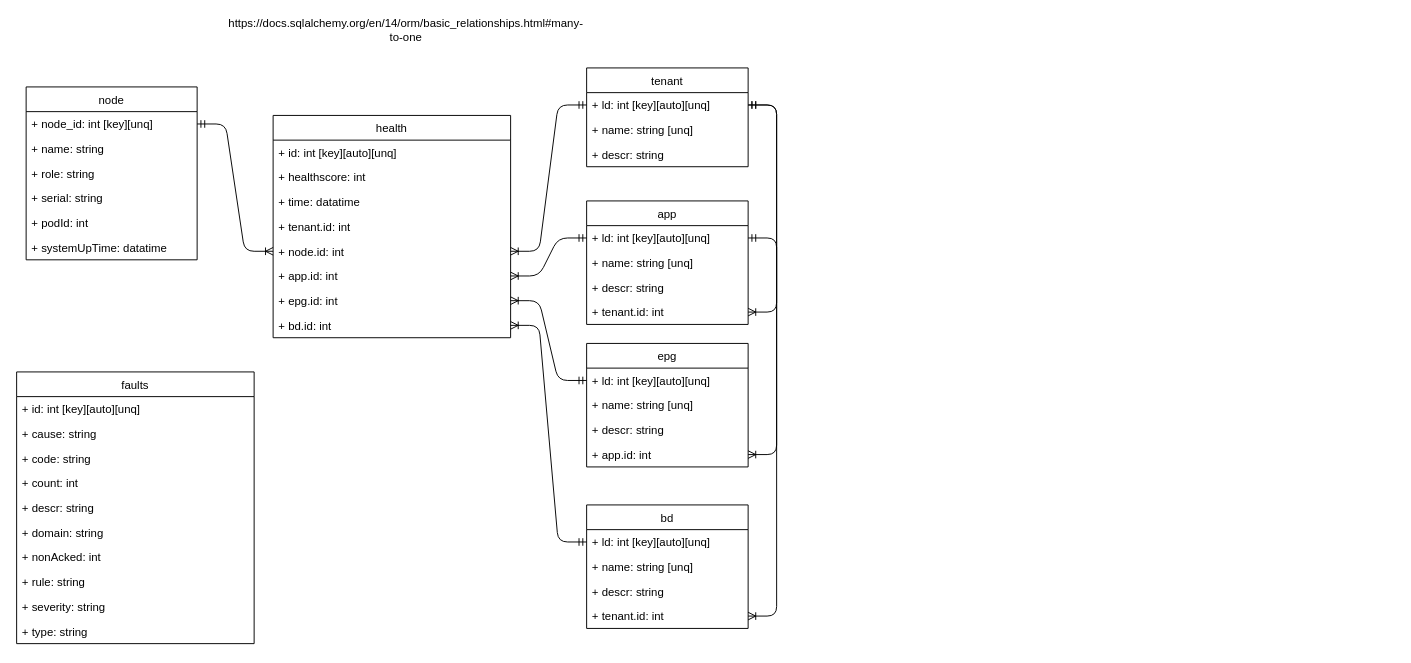
Before: page "Page-1" (1 of 2) of database/aci_db_model.drawio in slakas/ACI_Health_with_DB_storage_and_custom_API, a draw.io diagram. Source tidied: cells renumbered, new cells numbered last; positions are measured from the earlier drawing's top-left corner, leaving out a move shared by most shapes. Both pictures are drawn from the tidied source at 95%, with x=0, y=0 at pixel (16, 20).
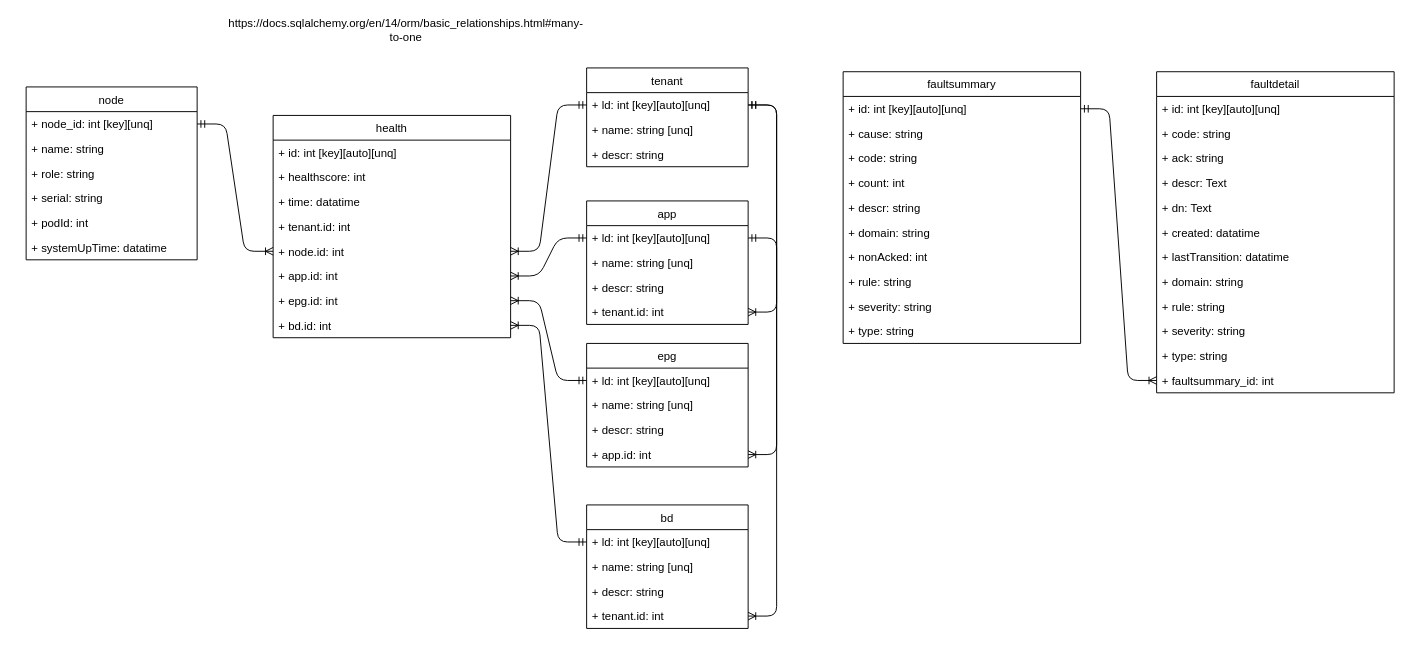
The same diagram, later.

The change refers to these unchanged cells:
```xml
<mxCell id="47" value="+ id: int [key][auto][unq]" style="text;strokeColor=none;fillColor=none;align=left;verticalAlign=top;spacingLeft=4;spacingRight=4;overflow=hidden;points=[[0,0.5],[1,0.5]];portConstraint=eastwest;" parent="46" vertex="1">
  <mxGeometry y="26" width="250" height="26" as="geometry" />
</mxCell>
```

Diff of the diagram source:
```diff
@@
-    <mxCell id="46" value="faults" style="swimlane;fontStyle=0;horizontal=1;startSize=26;fillColor=none;" parent="1" vertex="1">
-      <mxGeometry y="370" width="250" height="286" as="geometry" />
+    <mxCell id="46" value="faultsummary" style="swimlane;fontStyle=0;horizontal=1;startSize=26;fillColor=none;" parent="1" vertex="1">
+      <mxGeometry x="870" y="54" width="250" height="286" as="geometry" />
     </mxCell>
@@
+    <mxCell id="57" value="faultdetail" style="swimlane;fontStyle=0;horizontal=1;startSize=26;fillColor=none;" parent="1" vertex="1">
+      <mxGeometry x="1200" y="54" width="250" height="338" as="geometry" />
+    </mxCell>
+    <mxCell id="58" value="+ id: int [key][auto][unq]" style="text;strokeColor=none;fillColor=none;align=left;verticalAlign=top;spacingLeft=4;spacingRight=4;overflow=hidden;" parent="57" vertex="1">
+      <mxGeometry y="26" width="250" height="26" as="geometry" />
+    </mxCell>
+    <mxCell id="59" value="+ code: string" style="text;strokeColor=none;fillColor=none;align=left;verticalAlign=top;spacingLeft=4;spacingRight=4;overflow=hidden;" parent="57" vertex="1">
+      <mxGeometry y="52" width="250" height="26" as="geometry" />
+    </mxCell>
+    <mxCell id="60" value="+ ack: string" style="text;strokeColor=none;fillColor=none;align=left;verticalAlign=top;spacingLeft=4;spacingRight=4;overflow=hidden;" parent="57" vertex="1">
+      <mxGeometry y="78" width="250" height="26" as="geometry" />
+    </mxCell>
+    <mxCell id="61" value="+ descr: Text" style="text;strokeColor=none;fillColor=none;align=left;verticalAlign=top;spacingLeft=4;spacingRight=4;overflow=hidden;" parent="57" vertex="1">
+      <mxGeometry y="104" width="250" height="26" as="geometry" />
+    </mxCell>
+    <mxCell id="62" value="+ dn: Text" style="text;strokeColor=none;fillColor=none;align=left;verticalAlign=top;spacingLeft=4;spacingRight=4;overflow=hidden;" parent="57" vertex="1">
+      <mxGeometry y="130" width="250" height="26" as="geometry" />
+    </mxCell>
+    <mxCell id="63" value="+ created: datatime" style="text;strokeColor=none;fillColor=none;align=left;verticalAlign=top;spacingLeft=4;spacingRight=4;overflow=hidden;" parent="57" vertex="1">
+      <mxGeometry y="156" width="250" height="26" as="geometry" />
+    </mxCell>
+    <mxCell id="64" value="+ lastTransition: datatime" style="text;strokeColor=none;fillColor=none;align=left;verticalAlign=top;spacingLeft=4;spacingRight=4;overflow=hidden;" parent="57" vertex="1">
+      <mxGeometry y="182" width="250" height="26" as="geometry" />
+    </mxCell>
+    <mxCell id="65" value="+ domain: string" style="text;strokeColor=none;fillColor=none;align=left;verticalAlign=top;spacingLeft=4;spacingRight=4;overflow=hidden;" parent="57" vertex="1">
+      <mxGeometry y="208" width="250" height="26" as="geometry" />
+    </mxCell>
+    <mxCell id="66" value="+ rule: string" style="text;strokeColor=none;fillColor=none;align=left;verticalAlign=top;spacingLeft=4;spacingRight=4;overflow=hidden;" parent="57" vertex="1">
+      <mxGeometry y="234" width="250" height="26" as="geometry" />
+    </mxCell>
+    <mxCell id="67" value="+ severity: string" style="text;strokeColor=none;fillColor=none;align=left;verticalAlign=top;spacingLeft=4;spacingRight=4;overflow=hidden;" parent="57" vertex="1">
+      <mxGeometry y="260" width="250" height="26" as="geometry" />
+    </mxCell>
+    <mxCell id="68" value="+ type: string" style="text;strokeColor=none;fillColor=none;align=left;verticalAlign=top;spacingLeft=4;spacingRight=4;overflow=hidden;" parent="57" vertex="1">
+      <mxGeometry y="286" width="250" height="26" as="geometry" />
+    </mxCell>
+    <mxCell id="69" value="+ faultsummary_id: int" style="text;strokeColor=none;fillColor=none;align=left;verticalAlign=top;spacingLeft=4;spacingRight=4;overflow=hidden;points=[[0,0.5],[1,0.5]];portConstraint=eastwest;" parent="57" vertex="1">
+      <mxGeometry y="312" width="250" height="26" as="geometry" />
+    </mxCell>
+    <mxCell id="70" style="edgeStyle=entityRelationEdgeStyle;fontSize=12;html=1;endArrow=ERoneToMany;startArrow=ERmandOne;entryX=0;entryY=0.5;entryDx=0;entryDy=0;exitX=1;exitY=0.5;exitDx=0;exitDy=0;" parent="1" edge="1" source="47" target="69">
+      <mxGeometry relative="1" as="geometry" />
+    </mxCell>
```
